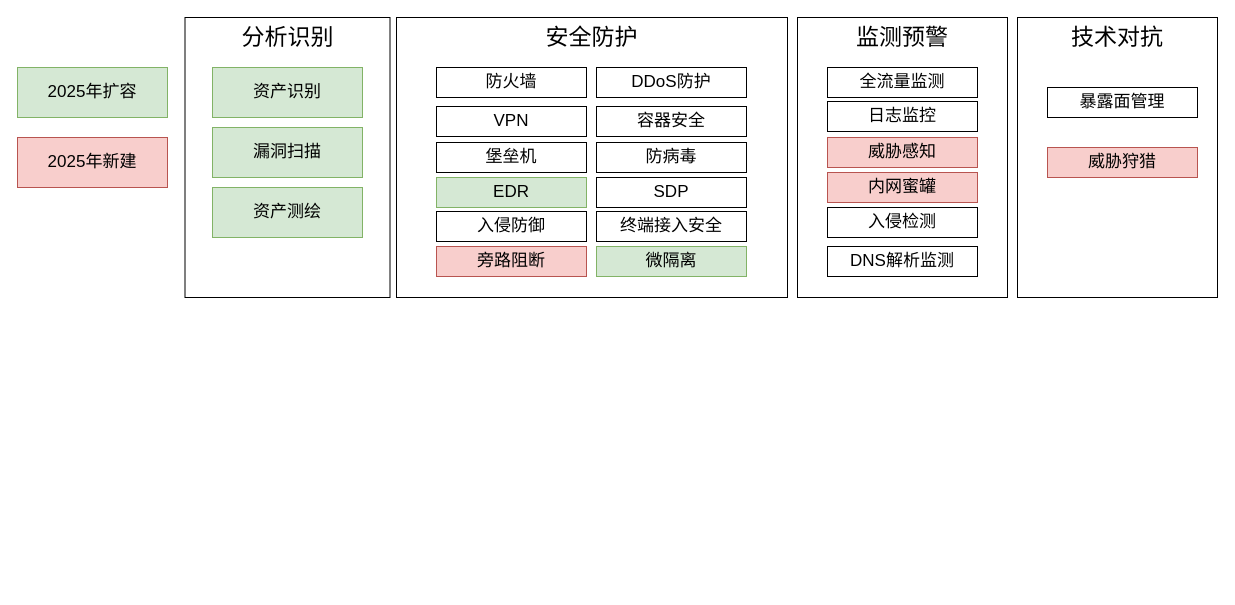
The draw.io diagram page "云网安全" (2 of 2) of 2024安全技术能力全景图.drawio in razor/1102_decoration, before the edit. Source tidied: cells renumbered, new cells numbered last; positions are measured from the earlier drawing's top-left corner, leaving out a move shared by most shapes. Both pictures are drawn from the tidied source at 100%, with x=0, y=0 at pixel (17, 17).
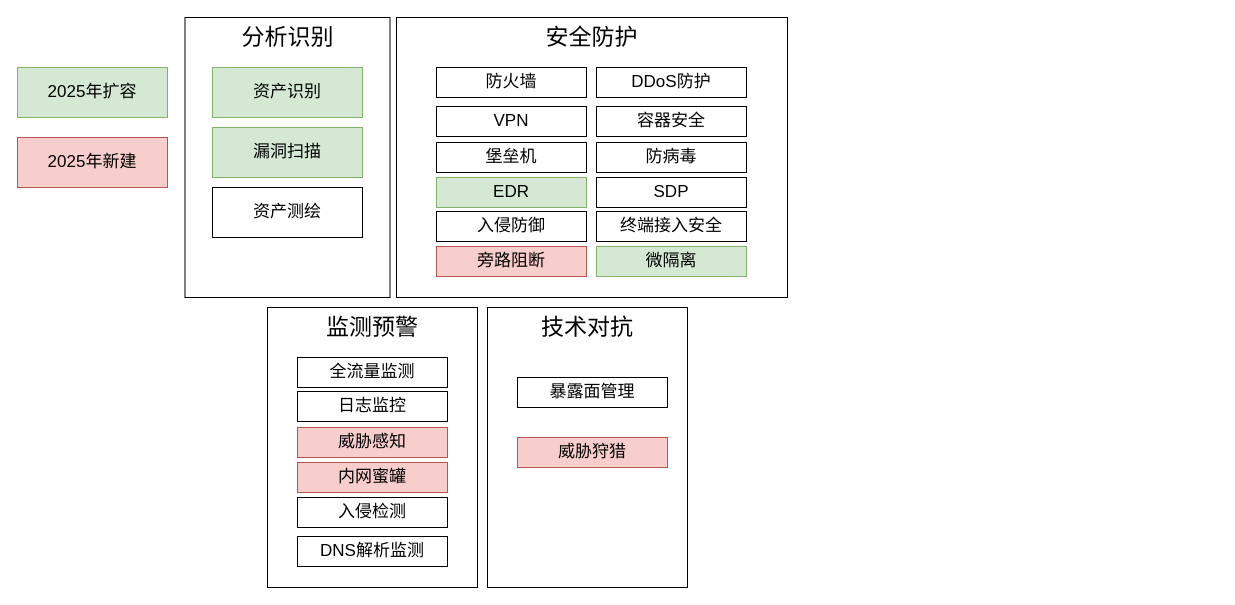
The same page after the edit.

The edit, as a diff of the source:
```diff
@@
-    <mxCell id="5" value="&lt;font style=&quot;font-size: 17px;&quot;&gt;资产测绘&lt;/font&gt;" style="rounded=0;whiteSpace=wrap;html=1;fontStyle=0;fillColor=#d5e8d4;strokeColor=#82b366;" parent="1" vertex="1">
+    <mxCell id="5" value="&lt;font style=&quot;font-size: 17px;&quot;&gt;资产测绘&lt;/font&gt;" style="rounded=0;whiteSpace=wrap;html=1;fontStyle=0;" parent="1" vertex="1">
       <mxGeometry x="195" y="170" width="150" height="50" as="geometry" />
     </mxCell>
@@
     <mxCell id="19" value="&lt;span style=&quot;font-size: 23px;&quot;&gt;监测预警&lt;/span&gt;" style="rounded=0;whiteSpace=wrap;html=1;verticalAlign=top;fontSize=23;fontStyle=0;" parent="1" vertex="1">
-      <mxGeometry x="780" width="210" height="280" as="geometry" />
+      <mxGeometry x="250" y="290" width="210" height="280" as="geometry" />
     </mxCell>
     <mxCell id="20" value="&lt;font style=&quot;font-size: 17px;&quot;&gt;全流量监测&lt;/font&gt;" style="rounded=0;whiteSpace=wrap;html=1;fontStyle=0;" parent="1" vertex="1">
-      <mxGeometry x="810" y="50" width="150" height="30" as="geometry" />
+      <mxGeometry x="280" y="340" width="150" height="30" as="geometry" />
     </mxCell>
     <mxCell id="21" value="&lt;font style=&quot;font-size: 17px;&quot;&gt;威胁感知&lt;/font&gt;" style="rounded=0;whiteSpace=wrap;html=1;fontStyle=0;fillColor=#f8cecc;strokeColor=#b85450;" parent="1" vertex="1">
-      <mxGeometry x="810" y="120" width="150" height="30" as="geometry" />
+      <mxGeometry x="280" y="410" width="150" height="30" as="geometry" />
     </mxCell>
     <mxCell id="22" value="&lt;span style=&quot;font-size: 17px;&quot;&gt;入侵检测&lt;/span&gt;" style="rounded=0;whiteSpace=wrap;html=1;fontStyle=0;" parent="1" vertex="1">
-      <mxGeometry x="810" y="190" width="150" height="30" as="geometry" />
+      <mxGeometry x="280" y="480" width="150" height="30" as="geometry" />
     </mxCell>
     <mxCell id="23" value="&lt;font style=&quot;font-size: 17px;&quot;&gt;日志监控&lt;/font&gt;" style="rounded=0;whiteSpace=wrap;html=1;fontStyle=0;" parent="1" vertex="1">
-      <mxGeometry x="810" y="84" width="150" height="30" as="geometry" />
+      <mxGeometry x="280" y="374" width="150" height="30" as="geometry" />
     </mxCell>
     <mxCell id="24" value="&lt;font style=&quot;font-size: 17px;&quot;&gt;内网蜜罐&lt;/font&gt;" style="rounded=0;whiteSpace=wrap;html=1;fontStyle=0;fillColor=#f8cecc;strokeColor=#b85450;" parent="1" vertex="1">
-      <mxGeometry x="810" y="155" width="150" height="30" as="geometry" />
+      <mxGeometry x="280" y="445" width="150" height="30" as="geometry" />
     </mxCell>
     <mxCell id="25" value="&lt;span style=&quot;font-size: 17px;&quot;&gt;DNS解析监测&lt;/span&gt;" style="rounded=0;whiteSpace=wrap;html=1;fontStyle=0;" parent="1" vertex="1">
-      <mxGeometry x="810" y="229" width="150" height="30" as="geometry" />
+      <mxGeometry x="280" y="519" width="150" height="30" as="geometry" />
     </mxCell>
     <mxCell id="26" value="&lt;span style=&quot;font-size: 23px;&quot;&gt;技术对抗&lt;/span&gt;" style="rounded=0;whiteSpace=wrap;html=1;verticalAlign=top;fontSize=23;fontStyle=0;" parent="1" vertex="1">
-      <mxGeometry x="1000" width="200" height="280" as="geometry" />
+      <mxGeometry x="470" y="290" width="200" height="280" as="geometry" />
     </mxCell>
     <mxCell id="27" value="&lt;span style=&quot;font-size: 17px;&quot;&gt;暴露面管理&lt;/span&gt;" style="rounded=0;whiteSpace=wrap;html=1;fontStyle=0;" parent="1" vertex="1">
-      <mxGeometry x="1030" y="70" width="150" height="30" as="geometry" />
+      <mxGeometry x="500" y="360" width="150" height="30" as="geometry" />
     </mxCell>
     <mxCell id="28" value="&lt;span style=&quot;font-size: 17px;&quot;&gt;威胁狩猎&lt;/span&gt;" style="rounded=0;whiteSpace=wrap;html=1;fontStyle=0;fillColor=#f8cecc;strokeColor=#b85450;" parent="1" vertex="1">
-      <mxGeometry x="1030" y="130" width="150" height="30" as="geometry" />
+      <mxGeometry x="500" y="420" width="150" height="30" as="geometry" />
     </mxCell>
```
